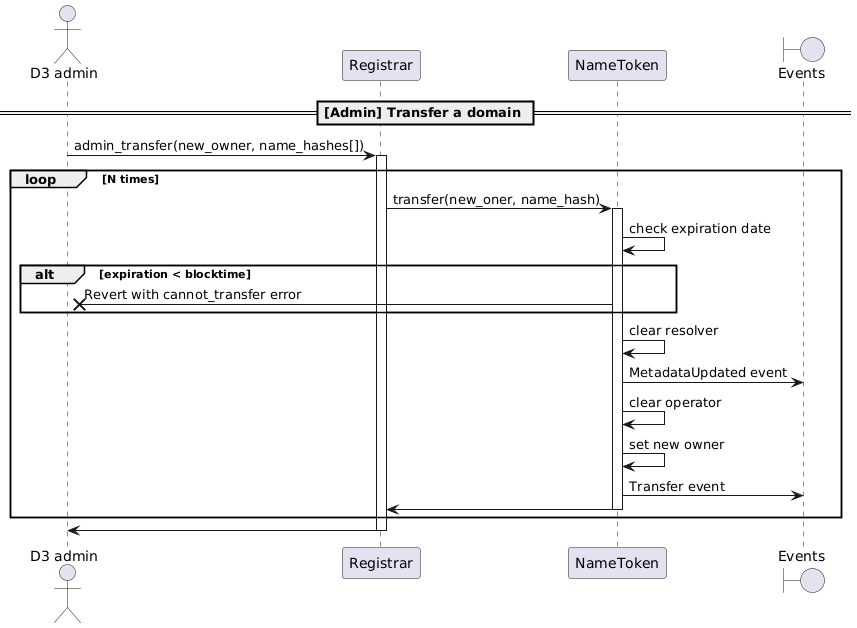
Above: docs/sequence-diagrams/puml/admin-transfer-domain.png in make-software/cspr-name-contracts (PlantUML), before the change.
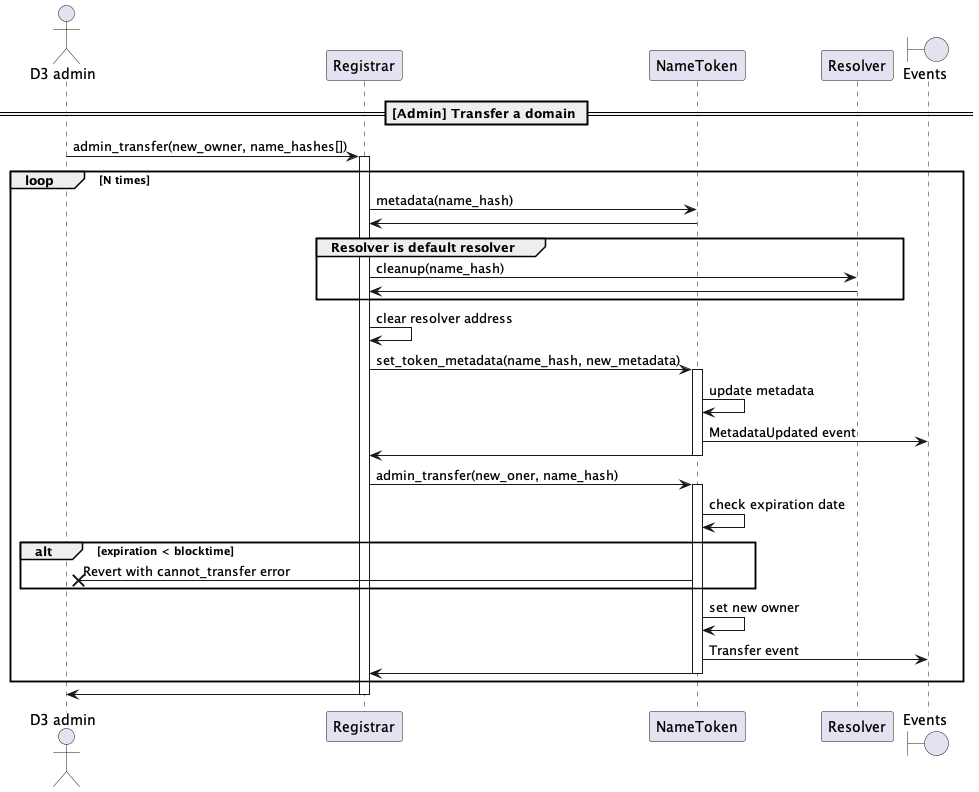
Later version of the same file.

The edit, as a diff of the source:
```diff
@@ -3,6 +3,7 @@
 actor "D3 admin"
 participant "Registrar"
 participant "NameToken"
+participant "Resolver"
 boundary "Events"
 
 == [Admin] Transfer a domain ==
@@ -10,20 +11,31 @@
 "D3 admin" -> "Registrar": admin_transfer(new_owner, name_hashes[])
 activate Registrar
 loop N times
-    Registrar -> NameToken: transfer(new_oner, name_hash)
+    Registrar -> NameToken: metadata(name_hash)
+    NameToken -> Registrar
+    group Resolver is default resolver
+        Registrar -> Resolver: cleanup(name_hash)
+        Resolver -> Registrar:
+    end
+    Registrar -> Registrar: clear resolver address
+    Registrar -> NameToken: set_token_metadata(name_hash, new_metadata)
     activate NameToken
-NameToken -> NameToken: check expiration date
-alt expiration < blocktime
-    NameToken ->X "D3 admin": Revert with cannot_transfer error
-end
-    NameToken -> NameToken: clear resolver
+    NameToken -> NameToken: update metadata
     NameToken -> "Events": MetadataUpdated event
-    NameToken -> NameToken: clear operator
+    NameToken -> Registrar
+    deactivate NameToken
+    Registrar -> NameToken: admin_transfer(new_oner, name_hash)
+    activate NameToken
+    NameToken -> NameToken: check expiration date
+    alt expiration < blocktime
+        NameToken ->X "D3 admin": Revert with cannot_transfer error
+    end
     NameToken -> NameToken : set new owner
     NameToken -> "Events": Transfer event
     NameToken -> Registrar
     deactivate NameToken
 end
+deactivate NameToken
 Registrar -> "D3 admin"
 deactivate Registrar
 
```
